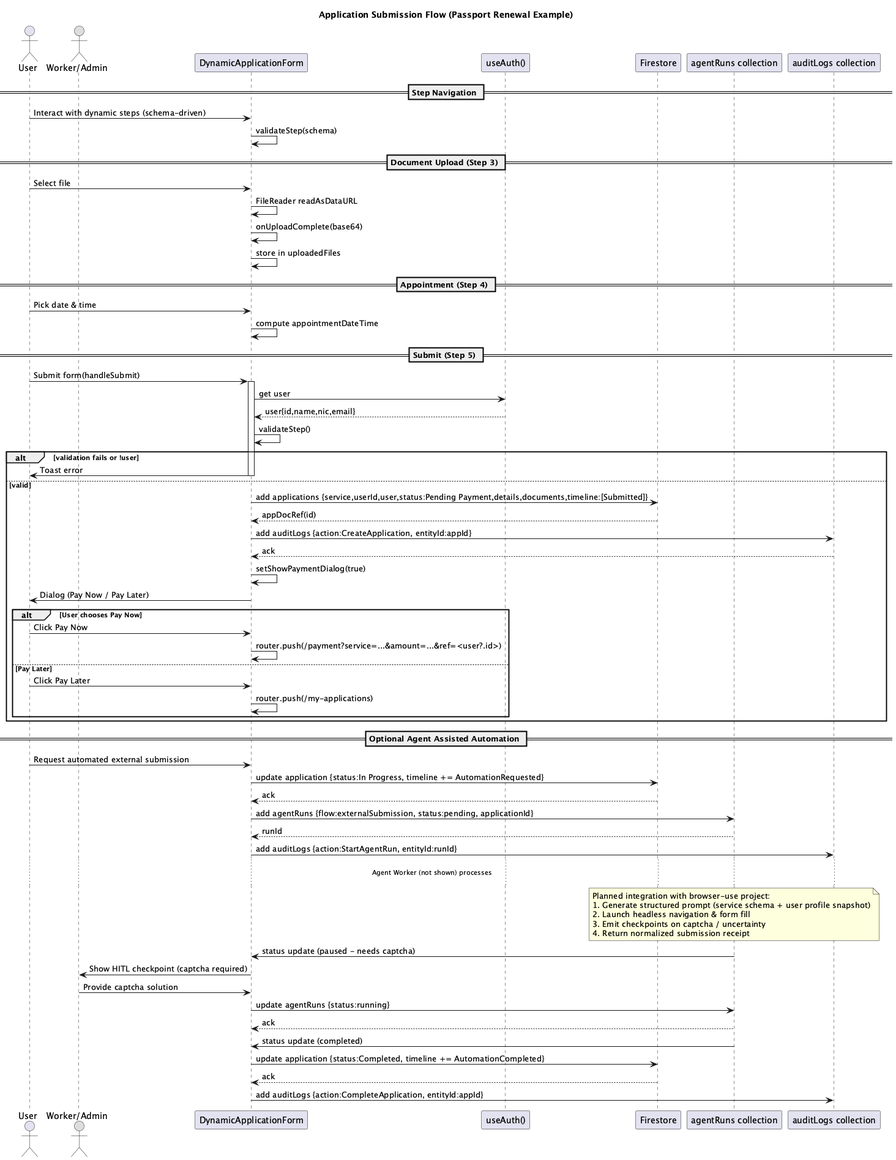
AdithyaSean/govconnect-sl keeps this PlantUML diagram as docs/sequence-diagrams/application_submission_flow.png. Above is the earlier version.
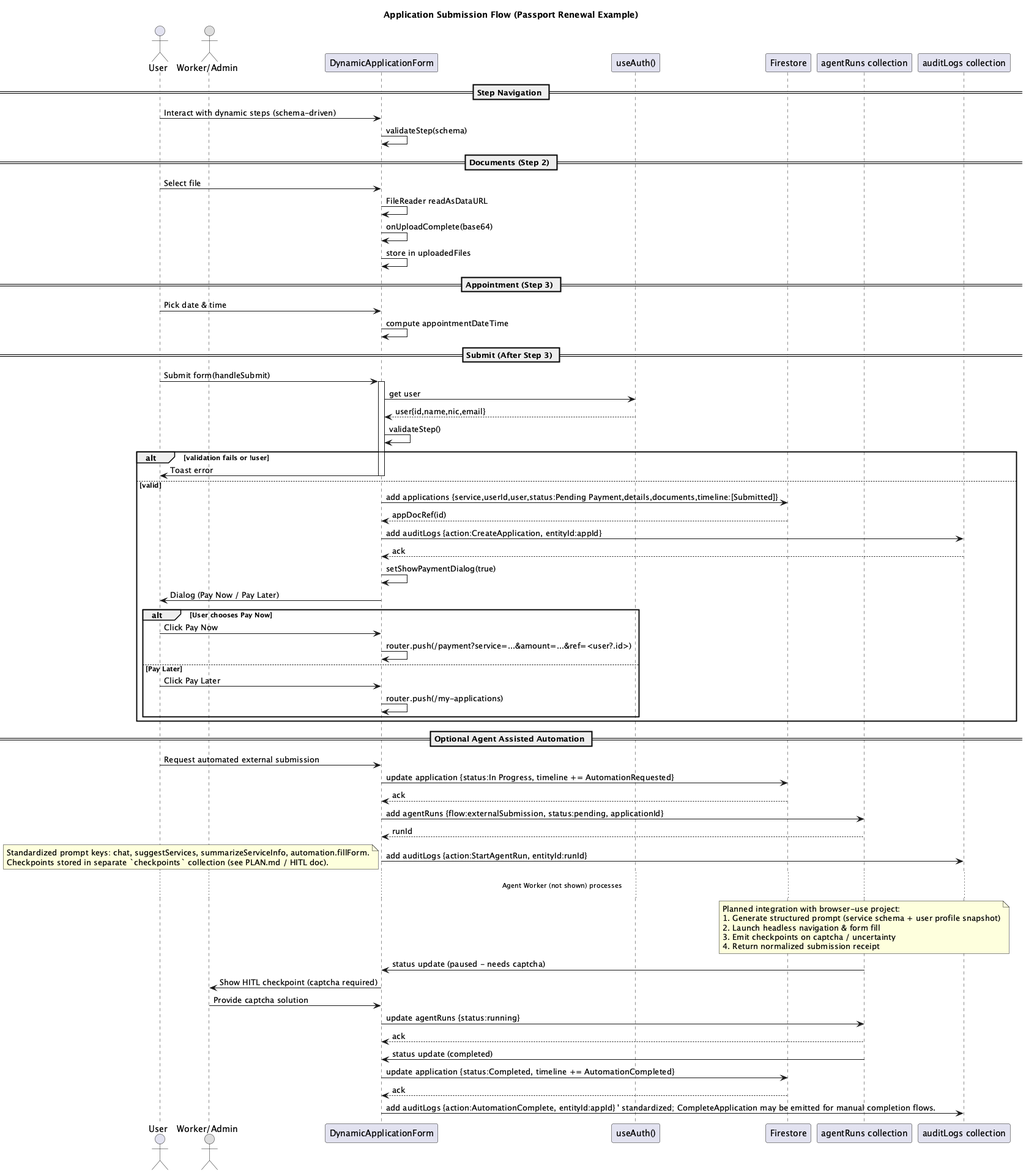
The same file after the commit.

Change to the diagram source:
```diff
@@ -12,17 +12,17 @@
 User -> UI: Interact with dynamic steps (schema-driven)
 UI -> UI: validateStep(schema)
 
-== Document Upload (Step 3) ==
+== Documents (Step 2) ==
 User -> UI: Select file
 UI -> UI: FileReader readAsDataURL
 UI -> UI: onUploadComplete(base64)
 UI -> UI: store in uploadedFiles
 
-== Appointment (Step 4) ==
+== Appointment (Step 3) ==
 User -> UI: Pick date & time
 UI -> UI: compute appointmentDateTime
 
-== Submit (Step 5) ==
+== Submit (After Step 3) ==
 User -> UI: Submit form(handleSubmit)
 activate UI
 UI -> Auth: get user
@@ -63,6 +63,10 @@
  3. Emit checkpoints on captcha / uncertainty
  4. Return normalized submission receipt
 end note
+note bottom
+ Standardized prompt keys: chat, suggestServices, summarizeServiceInfo, automation.fillForm.
+ Checkpoints stored in separate `checkpoints` collection (see PLAN.md / HITL doc).
+end note
 AR -> UI: status update (paused - needs captcha)
 UI -> Admin: Show HITL checkpoint (captcha required)
 Admin -> UI: Provide captcha solution
@@ -71,5 +75,5 @@
 AR -> UI: status update (completed)
 UI -> FS: update application {status:Completed, timeline += AutomationCompleted}
 FS --> UI: ack
-UI -> AUD: add auditLogs {action:CompleteApplication, entityId:appId}
+UI -> AUD: add auditLogs {action:AutomationComplete, entityId:appId} ' standardized; CompleteApplication may be emitted for manual completion flows.
 @enduml
```
